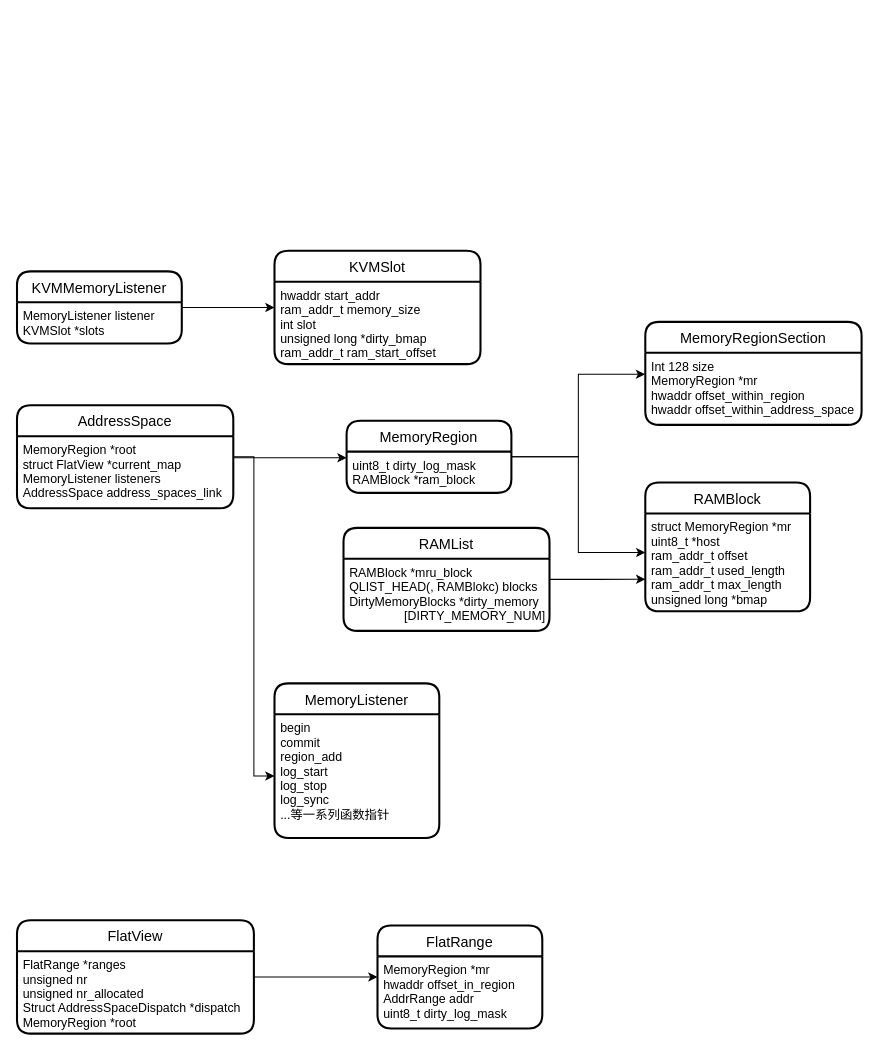
Earlier version of the draw.io diagram page "qemu" (1 of 2) of qemu/memory.drawio (citizen4yu/diagrams). Source tidied: cells renumbered, new cells numbered last; positions are measured from the earlier drawing's top-left corner, leaving out a move shared by most shapes. Both pictures are drawn from the tidied source at 103%, with x=0, y=0 at pixel (16, 250).
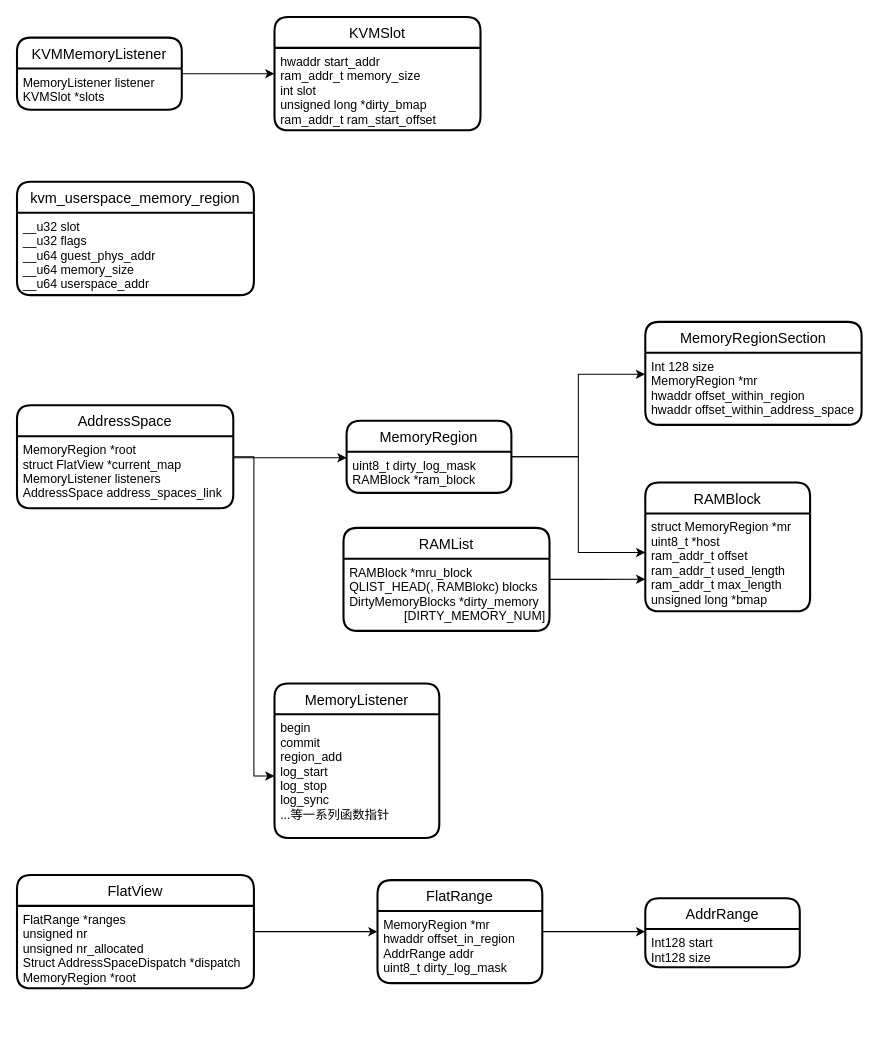
Above is the later version.

The change refers to these unchanged cells:
```xml
<mxCell id="10" value="hwaddr start_addr&#10;ram_addr_t memory_size&#10;int slot&#10;unsigned long *dirty_bmap&#10;ram_addr_t ram_start_offset" style="align=left;strokeColor=none;fillColor=none;spacingLeft=4;fontSize=12;verticalAlign=top;" parent="9" vertex="1">
  <mxGeometry y="30" width="200" height="80" as="geometry" />
</mxCell>
```

Diff of the diagram source:
```diff
@@
     <mxCell id="9" value="KVMSlot" style="swimlane;horizontal=1;startSize=30;rounded=1;fontSize=14;fontStyle=0;strokeWidth=2;shadow=0;dashed=0;align=center;" parent="1" vertex="1">
-      <mxGeometry x="250" width="200" height="110" as="geometry" />
+      <mxGeometry x="250" y="-227" width="200" height="110" as="geometry" />
     </mxCell>
@@
     <mxCell id="13" style="edgeStyle=orthogonalEdgeStyle;rounded=0;jettySize=auto;html=1;" parent="1" edge="1" source="14">
       <mxGeometry relative="1" as="geometry">
-        <mxPoint x="350" y="705" as="targetPoint" />
+        <mxPoint x="350" y="661" as="targetPoint" />
       </mxGeometry>
     </mxCell>
     <mxCell id="14" value="FlatView" style="swimlane;horizontal=1;startSize=30;rounded=1;fontSize=14;fontStyle=0;strokeWidth=2;shadow=0;dashed=0;align=center;" parent="1" vertex="1">
-      <mxGeometry y="650" width="230" height="110" as="geometry" />
+      <mxGeometry y="606" width="230" height="110" as="geometry" />
     </mxCell>
@@
+    <mxCell id="29" style="edgeStyle=orthogonalEdgeStyle;rounded=0;jettySize=auto;html=1;" parent="1" edge="1" source="16">
+      <mxGeometry relative="1" as="geometry">
+        <mxPoint x="610" y="661" as="targetPoint" />
+        <Array as="points">
+          <mxPoint x="610" y="661" />
+          <mxPoint x="610" y="661" />
+        </Array>
+      </mxGeometry>
+    </mxCell>
     <mxCell id="16" value="FlatRange" style="swimlane;horizontal=1;startSize=30;rounded=1;fontSize=14;fontStyle=0;strokeWidth=2;shadow=0;dashed=0;align=center;" parent="1" vertex="1">
-      <mxGeometry x="350" y="655" width="160" height="100" as="geometry" />
+      <mxGeometry x="350" y="611" width="160" height="100" as="geometry" />
     </mxCell>
@@
     <mxCell id="19" style="edgeStyle=orthogonalEdgeStyle;rounded=0;jettySize=auto;html=1;" parent="1" edge="1" source="20" target="10">
       <mxGeometry relative="1" as="geometry">
         <Array as="points">
-          <mxPoint x="230" y="55" />
-          <mxPoint x="230" y="55" />
+          <mxPoint x="230" y="-172" />
+          <mxPoint x="230" y="-172" />
         </Array>
       </mxGeometry>
     </mxCell>
     <mxCell id="20" value="KVMMemoryListener" style="swimlane;horizontal=1;startSize=30;rounded=1;fontSize=14;fontStyle=0;strokeWidth=2;shadow=0;dashed=0;align=center;" parent="1" vertex="1">
-      <mxGeometry y="20" width="160" height="70" as="geometry" />
+      <mxGeometry y="-207" width="160" height="70" as="geometry" />
     </mxCell>
@@
+    <mxCell id="30" value="kvm_userspace_memory_region" style="swimlane;horizontal=1;startSize=30;rounded=1;fontSize=14;fontStyle=0;strokeWidth=2;shadow=0;dashed=0;align=center;" parent="1" vertex="1">
+      <mxGeometry y="-67" width="230" height="110" as="geometry" />
+    </mxCell>
+    <mxCell id="31" value="__u32 slot&#10;__u32 flags&#10;__u64 guest_phys_addr&#10;__u64 memory_size&#10;__u64 userspace_addr" style="align=left;strokeColor=none;fillColor=none;spacingLeft=4;fontSize=12;verticalAlign=top;" parent="30" vertex="1">
+      <mxGeometry y="30" width="230" height="80" as="geometry" />
+    </mxCell>
+    <mxCell id="32" value="AddrRange" style="swimlane;horizontal=1;startSize=30;rounded=1;fontSize=14;fontStyle=0;strokeWidth=2;shadow=0;dashed=0;align=center;" parent="1" vertex="1">
+      <mxGeometry x="610" y="628.5" width="150" height="67" as="geometry" />
+    </mxCell>
+    <mxCell id="33" value="Int128 start&#10;Int128 size" style="align=left;strokeColor=none;fillColor=none;spacingLeft=4;fontSize=12;verticalAlign=top;" parent="32" vertex="1">
+      <mxGeometry y="30" width="150" height="37" as="geometry" />
+    </mxCell>
```
